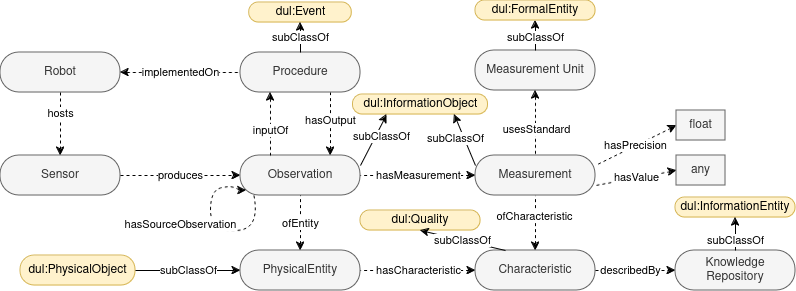
This is images/orka-core.png from Dorteel/orka, a draw.io export, as it was before one commit. Source tidied: cells renumbered, new cells last; positions are measured from the earlier drawing's top-left corner, leaving out a move shared by most shapes.
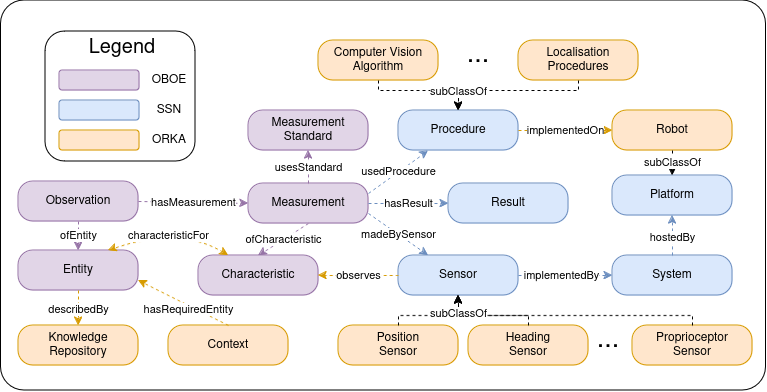
Later version of the same file.

Change to the diagram source:
```diff
@@ -2,127 +2,183 @@
   <root>
     <mxCell id="0" />
     <mxCell id="1" parent="0" />
-    <mxCell id="2" value="Sensor" style="rounded=1;whiteSpace=wrap;html=1;arcSize=47;fillColor=#f5f5f5;strokeColor=#666666;fontColor=#333333;" parent="1" vertex="1">
-      <mxGeometry y="155" width="120" height="40" as="geometry" />
+    <mxCell id="2" style="rounded=1;whiteSpace=wrap;html=1;arcSize=6;" parent="1" vertex="1">
+      <mxGeometry x="567.5" y="1205" width="765" height="390" as="geometry" />
     </mxCell>
-    <mxCell id="3" value="produces" style="endArrow=classic;html=1;rounded=0;dashed=1;entryX=0;entryY=0.5;entryDx=0;entryDy=0;exitX=1;exitY=0.5;exitDx=0;exitDy=0;" parent="1" edge="1" source="2" target="4">
-      <mxGeometry relative="1" as="geometry" />
+    <mxCell id="3" style="rounded=1;whiteSpace=wrap;html=1;" parent="1" vertex="1">
+      <mxGeometry x="612" y="1236" width="150" height="130" as="geometry" />
     </mxCell>
-    <mxCell id="4" value="Observation" style="rounded=1;whiteSpace=wrap;html=1;arcSize=47;fillColor=#f5f5f5;strokeColor=#666666;fontColor=#333333;" parent="1" vertex="1">
-      <mxGeometry x="240" y="155" width="120" height="40" as="geometry" />
+    <mxCell id="4" style="rounded=1;whiteSpace=wrap;html=1;fillColor=#e1d5e7;strokeColor=#9673a6;" parent="1" vertex="1">
+      <mxGeometry x="626" y="1275" width="80" height="20" as="geometry" />
     </mxCell>
-    <mxCell id="5" value="Robot" style="rounded=1;whiteSpace=wrap;html=1;arcSize=47;fillColor=#f5f5f5;strokeColor=#666666;fontColor=#333333;" parent="1" vertex="1">
-      <mxGeometry y="52" width="120" height="40" as="geometry" />
+    <mxCell id="5" value="OBOE" style="text;html=1;align=center;verticalAlign=middle;whiteSpace=wrap;rounded=0;" parent="1" vertex="1">
+      <mxGeometry x="706" y="1275" width="60" height="20" as="geometry" />
     </mxCell>
-    <mxCell id="6" value="PhysicalEntity" style="rounded=1;whiteSpace=wrap;html=1;arcSize=47;fillColor=#f5f5f5;strokeColor=#666666;fontColor=#333333;" parent="1" vertex="1">
-      <mxGeometry x="240" y="250" width="120" height="40" as="geometry" />
+    <mxCell id="6" style="rounded=1;whiteSpace=wrap;html=1;fillColor=#dae8fc;strokeColor=#6c8ebf;" parent="1" vertex="1">
+      <mxGeometry x="626" y="1305" width="80" height="20" as="geometry" />
     </mxCell>
-    <mxCell id="7" value="any" style="rounded=1;whiteSpace=wrap;html=1;arcSize=0;fillColor=#f5f5f5;fontColor=#333333;strokeColor=#666666;" parent="1" vertex="1">
-      <mxGeometry x="676" y="155" width="49" height="30" as="geometry" />
+    <mxCell id="7" value="SSN" style="text;html=1;align=center;verticalAlign=middle;whiteSpace=wrap;rounded=0;" parent="1" vertex="1">
+      <mxGeometry x="706" y="1305" width="60" height="20" as="geometry" />
     </mxCell>
-    <mxCell id="8" value="Characteristic" style="rounded=1;whiteSpace=wrap;html=1;arcSize=47;fillColor=#f5f5f5;strokeColor=#666666;fontColor=#333333;" parent="1" vertex="1">
-      <mxGeometry x="475" y="250" width="120" height="40" as="geometry" />
+    <mxCell id="8" style="rounded=1;whiteSpace=wrap;html=1;fillColor=#ffe6cc;strokeColor=#d79b00;" parent="1" vertex="1">
+      <mxGeometry x="626" y="1335" width="80" height="20" as="geometry" />
     </mxCell>
-    <mxCell id="9" value="hosts" style="endArrow=classic;html=1;rounded=0;exitX=0.5;exitY=1;exitDx=0;exitDy=0;dashed=1;" parent="1" edge="1" source="5" target="2">
-      <mxGeometry x="-0.33" relative="1" as="geometry" />
+    <mxCell id="9" value="ORKA" style="text;html=1;align=center;verticalAlign=middle;whiteSpace=wrap;rounded=0;" parent="1" vertex="1">
+      <mxGeometry x="706" y="1335" width="60" height="20" as="geometry" />
     </mxCell>
-    <mxCell id="10" value="ofEntity" style="endArrow=none;html=1;rounded=0;entryX=0.5;entryY=1;entryDx=0;entryDy=0;startArrow=classic;startFill=1;endFill=0;dashed=1;exitX=0.5;exitY=0;exitDx=0;exitDy=0;" parent="1" edge="1" source="6" target="4">
-      <mxGeometry relative="1" as="geometry" />
+    <mxCell id="10" value="Legend" style="text;html=1;align=center;verticalAlign=middle;whiteSpace=wrap;rounded=0;fontSize=20;" parent="1" vertex="1">
+      <mxGeometry x="658.5" y="1238" width="60" height="30" as="geometry" />
     </mxCell>
-    <mxCell id="11" value="ofCharacteristic" style="endArrow=none;html=1;rounded=0;exitX=0.5;exitY=0;exitDx=0;exitDy=0;entryX=0.5;entryY=1;entryDx=0;entryDy=0;startArrow=classic;startFill=1;endFill=0;dashed=1;" parent="1" edge="1" source="8" target="21">
-      <mxGeometry x="0.24" y="1" relative="1" as="geometry" />
+    <mxCell id="11" value="Robot" style="rounded=1;whiteSpace=wrap;html=1;fillColor=#ffe6cc;strokeColor=#d79b00;arcSize=37;" parent="1" vertex="1">
+      <mxGeometry x="1179" y="1315" width="120" height="40" as="geometry" />
     </mxCell>
-    <mxCell id="12" value="hasCharacteristic" style="endArrow=none;html=1;rounded=0;entryX=1;entryY=0.5;entryDx=0;entryDy=0;startArrow=classic;startFill=1;endFill=0;dashed=1;" parent="1" edge="1" source="8" target="6">
-      <mxGeometry relative="1" as="geometry" />
+    <mxCell id="12" value="Knowledge&lt;br&gt;Repository" style="rounded=1;whiteSpace=wrap;html=1;fillColor=#ffe6cc;strokeColor=#d79b00;arcSize=37;" parent="1" vertex="1">
+      <mxGeometry x="585" y="1530" width="120" height="40" as="geometry" />
     </mxCell>
-    <mxCell id="13" value="hasValue" style="endArrow=none;html=1;rounded=0;exitX=0;exitY=0.5;exitDx=0;exitDy=0;entryX=1;entryY=0.75;entryDx=0;entryDy=0;startArrow=classic;startFill=1;endFill=0;dashed=1;" parent="1" edge="1" source="7" target="21">
-      <mxGeometry relative="1" as="geometry" />
+    <mxCell id="13" value="Observation" style="rounded=1;whiteSpace=wrap;html=1;fillColor=#e1d5e7;strokeColor=#9673a6;arcSize=37;" parent="1" vertex="1">
+      <mxGeometry x="585" y="1386" width="120" height="40" as="geometry" />
     </mxCell>
-    <mxCell id="14" value="Procedure" style="rounded=1;whiteSpace=wrap;html=1;arcSize=47;fillColor=#f5f5f5;strokeColor=#666666;fontColor=#333333;" parent="1" vertex="1">
-      <mxGeometry x="240" y="52" width="120" height="40" as="geometry" />
+    <mxCell id="14" value="Entity" style="rounded=1;whiteSpace=wrap;html=1;fillColor=#e1d5e7;strokeColor=#9673a6;arcSize=37;" parent="1" vertex="1">
+      <mxGeometry x="585" y="1455" width="120" height="40" as="geometry" />
     </mxCell>
-    <mxCell id="15" value="inputOf" style="endArrow=none;html=1;rounded=0;exitX=0.25;exitY=1;exitDx=0;exitDy=0;startArrow=classic;startFill=1;endFill=0;spacing=6;spacingBottom=19;dashed=1;entryX=0.25;entryY=0;entryDx=0;entryDy=0;" parent="1" edge="1" source="14" target="4">
-      <mxGeometry x="0.5" relative="1" as="geometry" />
+    <mxCell id="15" value="Measurement" style="rounded=1;whiteSpace=wrap;html=1;fillColor=#e1d5e7;strokeColor=#9673a6;arcSize=37;gradientColor=none;gradientDirection=west;" parent="1" vertex="1">
+      <mxGeometry x="815" y="1388" width="120" height="40" as="geometry" />
     </mxCell>
-    <mxCell id="16" value="hasOutput" style="endArrow=none;html=1;rounded=0;entryX=0.75;entryY=1;entryDx=0;entryDy=0;startArrow=classic;startFill=1;endFill=0;spacing=6;spacingBottom=11;dashed=1;exitX=0.75;exitY=0;exitDx=0;exitDy=0;" parent="1" edge="1" source="4" target="14">
-      <mxGeometry x="-0.09" relative="1" as="geometry" />
+    <mxCell id="16" value="hasMeasurement" style="endArrow=classic;html=1;rounded=0;fillColor=#e1d5e7;strokeColor=#9673a6;entryX=0;entryY=0.5;entryDx=0;entryDy=0;exitX=1;exitY=0.5;exitDx=0;exitDy=0;dashed=1;" parent="1" edge="1" source="13" target="15">
+      <mxGeometry relative="1" as="geometry" />
     </mxCell>
-    <mxCell id="17" value="Knowledge&lt;br&gt;Repository" style="rounded=1;whiteSpace=wrap;html=1;arcSize=47;fillColor=#f5f5f5;strokeColor=#666666;fontColor=#333333;" parent="1" vertex="1">
-      <mxGeometry x="675" y="250" width="120" height="40" as="geometry" />
+    <mxCell id="17" value="ofEntity" style="endArrow=classic;html=1;rounded=0;fillColor=#e1d5e7;strokeColor=#9673a6;exitX=0.5;exitY=1;exitDx=0;exitDy=0;entryX=0.5;entryY=0;entryDx=0;entryDy=0;dashed=1;" parent="1" edge="1" source="13" target="14">
+      <mxGeometry relative="1" as="geometry" />
     </mxCell>
-    <mxCell id="18" value="describedBy" style="endArrow=classic;html=1;rounded=0;exitX=1;exitY=0.5;exitDx=0;exitDy=0;entryX=0;entryY=0.5;entryDx=0;entryDy=0;startArrow=none;startFill=0;endFill=1;dashed=1;" parent="1" edge="1" source="8" target="17">
-      <mxGeometry x="-0.11" relative="1" as="geometry" />
+    <mxCell id="18" value="Characteristic" style="rounded=1;whiteSpace=wrap;html=1;fillColor=#e1d5e7;strokeColor=#9673a6;arcSize=37;" parent="1" vertex="1">
+      <mxGeometry x="765" y="1460" width="120" height="40" as="geometry" />
     </mxCell>
-    <mxCell id="19" value="implementedOn" style="endArrow=none;html=1;rounded=0;dashed=1;entryX=0;entryY=0.5;entryDx=0;entryDy=0;exitX=1;exitY=0.5;exitDx=0;exitDy=0;startArrow=classic;startFill=1;endFill=0;" parent="1" edge="1" source="5" target="14">
-      <mxGeometry relative="1" as="geometry" />
+    <mxCell id="19" value="Measurement&lt;br&gt;Standard" style="rounded=1;whiteSpace=wrap;html=1;fillColor=#e1d5e7;strokeColor=#9673a6;arcSize=37;" parent="1" vertex="1">
+      <mxGeometry x="815" y="1315" width="120" height="40" as="geometry" />
     </mxCell>
-    <mxCell id="20" value="hasSourceObservation" style="curved=1;endArrow=classic;html=1;rounded=0;dashed=1;entryX=0.049;entryY=0.874;entryDx=0;entryDy=0;entryPerimeter=0;exitX=0.112;exitY=0.998;exitDx=0;exitDy=0;exitPerimeter=0;" parent="1" edge="1" source="4" target="4">
-      <mxGeometry x="0.12" y="30" relative="1" as="geometry">
-        <Array as="points">
-          <mxPoint x="260" y="230" />
-          <mxPoint x="210" y="230" />
-          <mxPoint x="210" y="190" />
-          <mxPoint x="230" y="185" />
-          <mxPoint x="240" y="190" />
-        </Array>
-      </mxGeometry>
+    <mxCell id="20" value="usesStandard" style="endArrow=classic;html=1;rounded=0;fillColor=#e1d5e7;strokeColor=#9673a6;entryX=0.5;entryY=1;entryDx=0;entryDy=0;exitX=0.5;exitY=0;exitDx=0;exitDy=0;dashed=1;" parent="1" edge="1" source="15" target="19">
+      <mxGeometry relative="1" as="geometry" />
     </mxCell>
-    <mxCell id="21" value="Measurement" style="rounded=1;whiteSpace=wrap;html=1;arcSize=47;fillColor=#f5f5f5;strokeColor=#666666;fontColor=#333333;" parent="1" vertex="1">
-      <mxGeometry x="475" y="155" width="120" height="40" as="geometry" />
+    <mxCell id="21" value="ofCharacteristic" style="endArrow=classic;html=1;rounded=0;fillColor=#e1d5e7;strokeColor=#9673a6;entryX=0.5;entryY=0;entryDx=0;entryDy=0;exitX=0.5;exitY=1;exitDx=0;exitDy=0;dashed=1;" parent="1" edge="1" source="15" target="18">
+      <mxGeometry relative="1" as="geometry" />
     </mxCell>
-    <mxCell id="22" value="hasMeasurement" style="endArrow=none;html=1;rounded=0;entryX=1;entryY=0.5;entryDx=0;entryDy=0;startArrow=classic;startFill=1;endFill=0;dashed=1;exitX=0;exitY=0.5;exitDx=0;exitDy=0;" parent="1" edge="1" source="21" target="4">
+    <mxCell id="22" value="usedProcedure" style="endArrow=classic;html=1;rounded=0;fillColor=#dae8fc;strokeColor=#6c8ebf;entryX=0.25;entryY=1;entryDx=0;entryDy=0;exitX=1;exitY=0.25;exitDx=0;exitDy=0;dashed=1;" parent="1" edge="1" source="15" target="23">
       <mxGeometry relative="1" as="geometry" />
     </mxCell>
-    <mxCell id="23" value="Measurement Unit" style="rounded=1;whiteSpace=wrap;html=1;arcSize=47;fillColor=#f5f5f5;strokeColor=#666666;fontColor=#333333;" parent="1" vertex="1">
-      <mxGeometry x="475" y="50" width="120" height="40" as="geometry" />
+    <mxCell id="23" value="Procedure" style="rounded=1;whiteSpace=wrap;html=1;fillColor=#dae8fc;strokeColor=#6c8ebf;arcSize=37;" parent="1" vertex="1">
+      <mxGeometry x="965" y="1315" width="120" height="40" as="geometry" />
     </mxCell>
-    <mxCell id="24" value="hasPrecision" style="endArrow=none;html=1;rounded=0;entryX=1;entryY=0.25;entryDx=0;entryDy=0;startArrow=classic;startFill=1;endFill=0;dashed=1;exitX=0;exitY=0.5;exitDx=0;exitDy=0;" parent="1" edge="1" source="25" target="21">
-      <mxGeometry relative="1" as="geometry" />
+    <mxCell id="24" value="Sensor" style="rounded=1;whiteSpace=wrap;html=1;fillColor=#dae8fc;strokeColor=#6c8ebf;arcSize=37;" parent="1" vertex="1">
+      <mxGeometry x="965" y="1460" width="120" height="40" as="geometry" />
     </mxCell>
-    <mxCell id="25" value="float" style="rounded=1;whiteSpace=wrap;html=1;arcSize=0;fillColor=#f5f5f5;fontColor=#333333;strokeColor=#666666;" parent="1" vertex="1">
-      <mxGeometry x="676" y="110" width="49" height="30" as="geometry" />
+    <mxCell id="25" value="madeBySensor" style="endArrow=classic;html=1;rounded=0;fillColor=#dae8fc;strokeColor=#6c8ebf;entryX=0.25;entryY=0;entryDx=0;entryDy=0;exitX=1;exitY=0.75;exitDx=0;exitDy=0;dashed=1;" parent="1" edge="1" source="15" target="24">
+      <mxGeometry relative="1" as="geometry" />
     </mxCell>
-    <mxCell id="26" value="usesStandard" style="endArrow=none;html=1;rounded=0;exitX=0.5;exitY=1;exitDx=0;exitDy=0;entryX=0.5;entryY=0;entryDx=0;entryDy=0;startArrow=classic;startFill=1;endFill=0;dashed=1;" parent="1" edge="1" source="23" target="21">
-      <mxGeometry x="0.21" y="1" relative="1" as="geometry" />
+    <mxCell id="26" value="Result" style="rounded=1;whiteSpace=wrap;html=1;fillColor=#dae8fc;strokeColor=#6c8ebf;arcSize=37;" parent="1" vertex="1">
+      <mxGeometry x="1015" y="1388" width="120" height="40" as="geometry" />
     </mxCell>
-    <mxCell id="27" value="dul:PhysicalObject" style="rounded=1;whiteSpace=wrap;html=1;arcSize=47;fillColor=#fff2cc;strokeColor=#d6b656;" parent="1" vertex="1">
-      <mxGeometry x="20" y="255" width="115" height="30" as="geometry" />
+    <mxCell id="27" value="hasResult" style="endArrow=classic;html=1;rounded=0;fillColor=#dae8fc;strokeColor=#6c8ebf;entryX=0;entryY=0.5;entryDx=0;entryDy=0;exitX=1;exitY=0.5;exitDx=0;exitDy=0;dashed=1;" parent="1" edge="1" source="15" target="26">
+      <mxGeometry x="-0.01" relative="1" as="geometry" />
     </mxCell>
-    <mxCell id="28" value="dul:Event" style="rounded=1;whiteSpace=wrap;html=1;arcSize=47;fillColor=#fff2cc;strokeColor=#d6b656;" parent="1" vertex="1">
-      <mxGeometry x="248.8" y="2" width="102.5" height="20" as="geometry" />
+    <mxCell id="28" value="System" style="rounded=1;whiteSpace=wrap;html=1;fillColor=#dae8fc;strokeColor=#6c8ebf;arcSize=37;" parent="1" vertex="1">
+      <mxGeometry x="1179" y="1460" width="120" height="40" as="geometry" />
     </mxCell>
-    <mxCell id="29" value="subClassOf" style="endArrow=classic;html=1;rounded=0;entryX=0.5;entryY=1;entryDx=0;entryDy=0;exitX=0.5;exitY=0;exitDx=0;exitDy=0;" parent="1" edge="1" source="14" target="28">
-      <mxGeometry relative="1" as="geometry" />
+    <mxCell id="29" value="Platform" style="rounded=1;whiteSpace=wrap;html=1;fillColor=#dae8fc;strokeColor=#6c8ebf;arcSize=37;" parent="1" vertex="1">
+      <mxGeometry x="1179" y="1380" width="120" height="40" as="geometry" />
     </mxCell>
-    <mxCell id="30" value="subClassOf" style="endArrow=classic;html=1;rounded=0;entryX=0;entryY=0.5;entryDx=0;entryDy=0;exitX=1;exitY=0.5;exitDx=0;exitDy=0;" parent="1" edge="1" source="27" target="6">
-      <mxGeometry relative="1" as="geometry" />
+    <mxCell id="30" value="hostedBy" style="endArrow=classic;html=1;rounded=0;fillColor=#dae8fc;strokeColor=#6c8ebf;entryX=0.5;entryY=1;entryDx=0;entryDy=0;exitX=0.5;exitY=0;exitDx=0;exitDy=0;dashed=1;" parent="1" edge="1" source="28" target="29">
+      <mxGeometry x="-0.08" relative="1" as="geometry" />
     </mxCell>
-    <mxCell id="31" value="dul:InformationEntity" style="rounded=1;whiteSpace=wrap;html=1;arcSize=47;fillColor=#fff2cc;strokeColor=#d6b656;" parent="1" vertex="1">
-      <mxGeometry x="675" y="197" width="120" height="20" as="geometry" />
+    <mxCell id="31" value="implementedBy" style="endArrow=classic;html=1;rounded=0;fillColor=#dae8fc;strokeColor=#6c8ebf;entryX=0;entryY=0.5;entryDx=0;entryDy=0;exitX=1;exitY=0.5;exitDx=0;exitDy=0;dashed=1;" parent="1" edge="1" source="24" target="28">
+      <mxGeometry x="-0.08" relative="1" as="geometry" />
     </mxCell>
-    <mxCell id="32" value="subClassOf" style="endArrow=classic;html=1;rounded=0;exitX=0.5;exitY=0;exitDx=0;exitDy=0;entryX=0.5;entryY=1;entryDx=0;entryDy=0;" parent="1" edge="1" source="23" target="36">
-      <mxGeometry x="-0.14" relative="1" as="geometry" />
+    <mxCell id="32" value="subClassOf" style="endArrow=classic;html=1;rounded=0;exitX=0.5;exitY=1;exitDx=0;exitDy=0;dashed=1;" parent="1" edge="1" source="11" target="29">
+      <mxGeometry relative="1" as="geometry" />
     </mxCell>
-    <mxCell id="33" value="dul:Quality" style="rounded=1;whiteSpace=wrap;html=1;arcSize=47;fillColor=#fff2cc;strokeColor=#d6b656;" parent="1" vertex="1">
-      <mxGeometry x="360" y="210" width="120" height="20" as="geometry" />
+    <mxCell id="33" value="Proprioceptor&lt;br&gt;Sensor" style="rounded=1;whiteSpace=wrap;html=1;fillColor=#ffe6cc;strokeColor=#d79b00;arcSize=37;" parent="1" vertex="1">
+      <mxGeometry x="1199" y="1530" width="120" height="40" as="geometry" />
     </mxCell>
-    <mxCell id="34" value="subClassOf" style="endArrow=none;html=1;rounded=0;entryX=0.25;entryY=0;entryDx=0;entryDy=0;exitX=0.5;exitY=1;exitDx=0;exitDy=0;startArrow=classic;startFill=1;endFill=0;" parent="1" edge="1" source="33" target="8">
-      <mxGeometry relative="1" as="geometry" />
+    <mxCell id="34" value="Position&lt;br&gt;Sensor" style="rounded=1;whiteSpace=wrap;html=1;fillColor=#ffe6cc;strokeColor=#d79b00;arcSize=37;" parent="1" vertex="1">
+      <mxGeometry x="905" y="1530" width="120" height="40" as="geometry" />
     </mxCell>
-    <mxCell id="35" value="subClassOf" style="endArrow=none;html=1;rounded=0;entryX=0.5;entryY=0;entryDx=0;entryDy=0;exitX=0.5;exitY=1;exitDx=0;exitDy=0;startArrow=classic;startFill=1;endFill=0;" parent="1" edge="1" source="31" target="17">
-      <mxGeometry x="0.39" relative="1" as="geometry" />
+    <mxCell id="35" value="Heading&lt;br&gt;Sensor" style="rounded=1;whiteSpace=wrap;html=1;fillColor=#ffe6cc;strokeColor=#d79b00;arcSize=37;" parent="1" vertex="1">
+      <mxGeometry x="1035" y="1530" width="120" height="40" as="geometry" />
     </mxCell>
-    <mxCell id="36" value="dul:FormalEntity" style="rounded=1;whiteSpace=wrap;html=1;arcSize=47;fillColor=#fff2cc;strokeColor=#d6b656;" parent="1" vertex="1">
-      <mxGeometry x="475" width="120" height="20" as="geometry" />
+    <mxCell id="36" value="Context" style="rounded=1;whiteSpace=wrap;html=1;fillColor=#ffe6cc;strokeColor=#d79b00;arcSize=37;" parent="1" vertex="1">
+      <mxGeometry x="735" y="1530" width="120" height="40" as="geometry" />
     </mxCell>
-    <mxCell id="37" value="dul:InformationObject" style="rounded=1;whiteSpace=wrap;html=1;arcSize=47;fillColor=#fff2cc;strokeColor=#d6b656;" parent="1" vertex="1">
-      <mxGeometry x="352.5" y="94" width="135" height="20" as="geometry" />
+    <mxCell id="37" value="Computer Vision Algorithm" style="rounded=1;whiteSpace=wrap;html=1;fillColor=#ffe6cc;strokeColor=#d79b00;arcSize=37;" parent="1" vertex="1">
+      <mxGeometry x="885" y="1245" width="120" height="40" as="geometry" />
     </mxCell>
-    <mxCell id="38" value="subClassOf" style="endArrow=none;html=1;rounded=0;entryX=0;entryY=0.25;entryDx=0;entryDy=0;exitX=0.75;exitY=1;exitDx=0;exitDy=0;startArrow=classic;startFill=1;endFill=0;" parent="1" edge="1" source="37" target="21">
-      <mxGeometry x="-0.19" y="-8" relative="1" as="geometry" />
+    <mxCell id="38" value="Localisation&lt;br&gt;Procedures" style="rounded=1;whiteSpace=wrap;html=1;fillColor=#ffe6cc;strokeColor=#d79b00;arcSize=37;" parent="1" vertex="1">
+      <mxGeometry x="1085" y="1245" width="120" height="40" as="geometry" />
     </mxCell>
-    <mxCell id="39" value="subClassOf" style="endArrow=none;html=1;rounded=0;entryX=1;entryY=0.25;entryDx=0;entryDy=0;exitX=0.25;exitY=1;exitDx=0;exitDy=0;startArrow=classic;startFill=1;endFill=0;" parent="1" edge="1" source="37" target="4">
-      <mxGeometry x="-0.24" y="5" relative="1" as="geometry" />
+    <mxCell id="39" style="endArrow=classic;html=1;rounded=0;exitX=0.5;exitY=1;exitDx=0;exitDy=0;entryX=0.5;entryY=0;entryDx=0;entryDy=0;dashed=1;" parent="1" edge="1" source="37" target="23">
+      <mxGeometry relative="1" as="geometry">
+        <Array as="points">
+          <mxPoint x="945" y="1295" />
+          <mxPoint x="1025" y="1295" />
+        </Array>
+      </mxGeometry>
     </mxCell>
+    <mxCell id="40" value="subClassOf" style="endArrow=classic;html=1;rounded=0;exitX=0.5;exitY=1;exitDx=0;exitDy=0;entryX=0.5;entryY=0;entryDx=0;entryDy=0;dashed=1;" parent="1" edge="1" source="38" target="23">
+      <mxGeometry x="0.75" relative="1" as="geometry">
+        <Array as="points">
+          <mxPoint x="1145" y="1295" />
+          <mxPoint x="1025" y="1295" />
+        </Array>
+      </mxGeometry>
+    </mxCell>
+    <mxCell id="41" style="endArrow=classic;html=1;rounded=0;exitX=0.5;exitY=0;exitDx=0;exitDy=0;dashed=1;" parent="1" edge="1" source="35">
+      <mxGeometry relative="1" as="geometry">
+        <mxPoint x="1025" y="1500" as="targetPoint" />
+        <Array as="points">
+          <mxPoint x="1095" y="1520" />
+          <mxPoint x="1025" y="1520" />
+        </Array>
+      </mxGeometry>
+    </mxCell>
+    <mxCell id="42" style="endArrow=classic;html=1;rounded=0;exitX=0.5;exitY=0;exitDx=0;exitDy=0;dashed=1;" parent="1" edge="1" source="33">
+      <mxGeometry relative="1" as="geometry">
+        <mxPoint x="1025" y="1500" as="targetPoint" />
+        <Array as="points">
+          <mxPoint x="1259" y="1520" />
+          <mxPoint x="1025" y="1520" />
+        </Array>
+      </mxGeometry>
+    </mxCell>
+    <mxCell id="43" value="subClassOf" style="endArrow=classic;html=1;rounded=0;entryX=0.5;entryY=1;entryDx=0;entryDy=0;exitX=0.5;exitY=0;exitDx=0;exitDy=0;dashed=1;" parent="1" edge="1" source="34" target="24">
+      <mxGeometry x="0.6" relative="1" as="geometry">
+        <Array as="points">
+          <mxPoint x="965" y="1520" />
+          <mxPoint x="1025" y="1520" />
+        </Array>
+      </mxGeometry>
+    </mxCell>
+    <mxCell id="44" value="..." style="text;html=1;align=center;verticalAlign=middle;whiteSpace=wrap;rounded=0;fontSize=27;" parent="1" vertex="1">
+      <mxGeometry x="1145" y="1530" width="60" height="30" as="geometry" />
+    </mxCell>
+    <mxCell id="45" value="..." style="text;html=1;align=center;verticalAlign=middle;whiteSpace=wrap;rounded=0;fontSize=27;" parent="1" vertex="1">
+      <mxGeometry x="1015" y="1245" width="60" height="30" as="geometry" />
+    </mxCell>
+    <mxCell id="46" value="describedBy" style="endArrow=classic;html=1;rounded=0;fillColor=#ffe6cc;strokeColor=#d79b00;dashed=1;entryX=0.5;entryY=0;entryDx=0;entryDy=0;exitX=0.5;exitY=1;exitDx=0;exitDy=0;" parent="1" edge="1" source="14" target="12">
+      <mxGeometry x="0.11" relative="1" as="geometry" />
+    </mxCell>
+    <mxCell id="47" value="observes" style="curved=1;endArrow=classic;html=1;rounded=0;fillColor=#ffe6cc;strokeColor=#d79b00;dashed=1;entryX=1;entryY=0.5;entryDx=0;entryDy=0;exitX=0;exitY=0.5;exitDx=0;exitDy=0;" parent="1" edge="1" source="24" target="18">
+      <mxGeometry relative="1" as="geometry" />
+    </mxCell>
+    <mxCell id="48" value="implementedOn" style="endArrow=classic;html=1;rounded=0;fillColor=#ffe6cc;strokeColor=#d79b00;dashed=1;exitX=1;exitY=0.5;exitDx=0;exitDy=0;entryX=0;entryY=0.5;entryDx=0;entryDy=0;" parent="1" edge="1" source="23" target="11">
+      <mxGeometry relative="1" as="geometry" />
+    </mxCell>
+    <mxCell id="49" value="hasRequiredEntity" style="endArrow=classic;html=1;rounded=0;fillColor=#ffe6cc;strokeColor=#d79b00;dashed=1;entryX=1;entryY=0.75;entryDx=0;entryDy=0;exitX=0.5;exitY=0;exitDx=0;exitDy=0;" parent="1" edge="1" source="36" target="14">
+      <mxGeometry x="-0.16" y="4" relative="1" as="geometry" />
+    </mxCell>
+    <mxCell id="50" value="characteristicFor" style="curved=1;endArrow=classic;html=1;rounded=0;fillColor=#ffe6cc;strokeColor=#d79b00;dashed=1;entryX=0.75;entryY=0;entryDx=0;entryDy=0;exitX=0.25;exitY=0;exitDx=0;exitDy=0;startArrow=classic;startFill=1;" parent="1" edge="1" source="18" target="14">
+      <mxGeometry x="0.07" y="6" relative="1" as="geometry">
+        <Array as="points">
+          <mxPoint x="745" y="1430" />
+        </Array>
+      </mxGeometry>
+    </mxCell>
   </root>
 </mxGraphModel>
```
